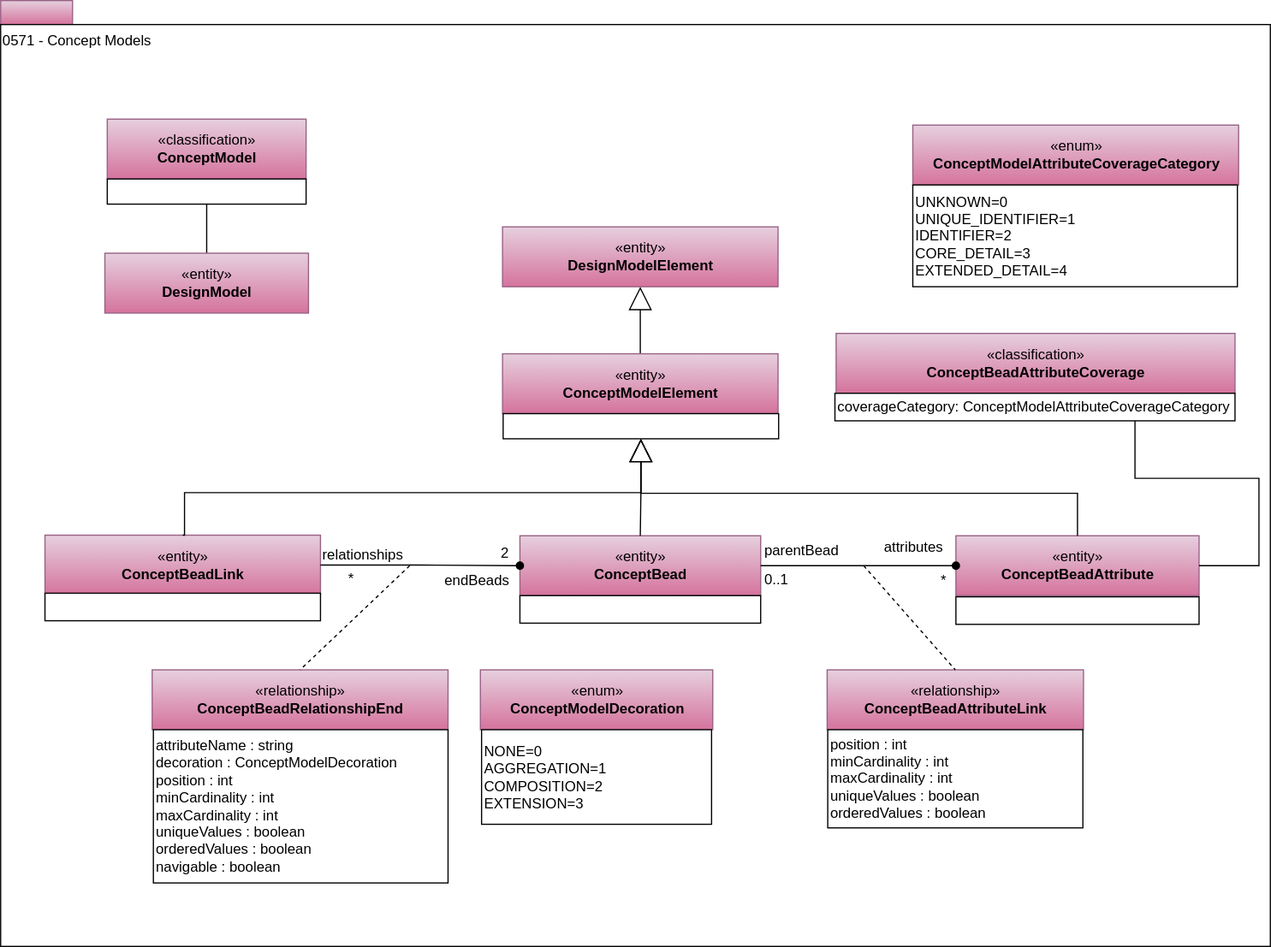
This is site/docs/types/5/0571-Concept-Models.svg from odpi/egeria-docs, a draw.io export, as it was before one commit. Source tidied: cells renumbered, new cells last; positions are measured from the earlier drawing's top-left corner, leaving out a move shared by most shapes.
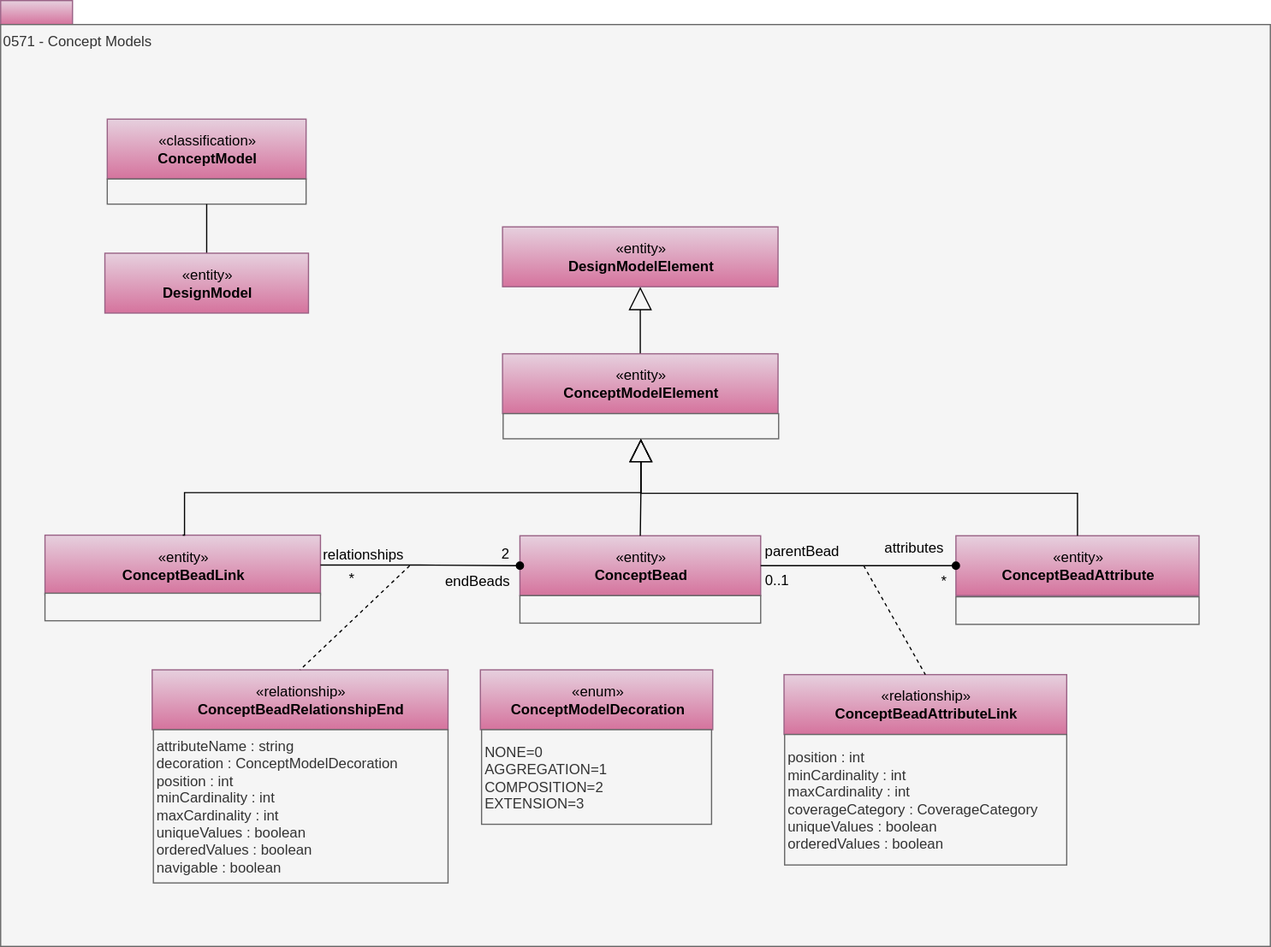
Above is the later version.

What changed in the source:
```diff
@@ -5,16 +5,16 @@
     <mxCell id="2" style="rounded=0;whiteSpace=wrap;html=1;align=left;fillColor=#e6d0de;strokeColor=#996185;gradientColor=#d5739d;" parent="1" vertex="1">
       <mxGeometry width="60" height="20" as="geometry" />
     </mxCell>
-    <mxCell id="3" value="0571 - Concept Models" style="rounded=0;whiteSpace=wrap;html=1;align=left;verticalAlign=top;" parent="1" vertex="1">
+    <mxCell id="3" value="0571 - Concept Models" style="rounded=0;whiteSpace=wrap;html=1;align=left;verticalAlign=top;fillColor=#f5f5f5;fontColor=#333333;strokeColor=#666666;" parent="1" vertex="1">
       <mxGeometry y="20" width="1060" height="770" as="geometry" />
     </mxCell>
-    <mxCell id="4" style="edgeStyle=orthogonalEdgeStyle;rounded=0;jumpSize=15;jettySize=auto;html=1;exitX=0.5;exitY=0;exitDx=0;exitDy=0;startArrow=none;startFill=0;startSize=17;sourcePerimeterSpacing=0;endArrow=block;endFill=0;targetPerimeterSpacing=0;strokeWidth=1;fontColor=#000000;endSize=17;" parent="1" edge="1" source="5" target="34">
+    <mxCell id="4" style="edgeStyle=orthogonalEdgeStyle;rounded=0;jumpSize=15;jettySize=auto;html=1;exitX=0.5;exitY=0;exitDx=0;exitDy=0;startArrow=none;startFill=0;startSize=17;sourcePerimeterSpacing=0;endArrow=block;endFill=0;targetPerimeterSpacing=0;strokeWidth=1;fontColor=#000000;endSize=17;" parent="1" edge="1" source="5" target="32">
       <mxGeometry relative="1" as="geometry" />
     </mxCell>
     <mxCell id="5" value="«entity»&lt;br&gt;&lt;b&gt;ConceptModelElement&lt;/b&gt;" style="html=1;strokeColor=#996185;align=center;fillColor=#e6d0de;gradientColor=#d5739d;" parent="1" vertex="1">
       <mxGeometry x="419" y="295" width="230" height="50" as="geometry" />
     </mxCell>
-    <mxCell id="6" value="&lt;span&gt;&lt;br&gt;&lt;/span&gt;" style="rounded=0;whiteSpace=wrap;html=1;strokeColor=#000000;gradientColor=#ffffff;align=left;" parent="1" vertex="1">
+    <mxCell id="6" value="&lt;span&gt;&lt;br&gt;&lt;/span&gt;" style="rounded=0;whiteSpace=wrap;html=1;strokeColor=#666666;align=left;fillColor=#f5f5f5;fontColor=#333333;" parent="1" vertex="1">
       <mxGeometry x="419.5" y="345" width="230" height="21" as="geometry" />
     </mxCell>
     <mxCell id="7" value="*" style="text;html=1;strokeColor=none;fillColor=none;align=center;verticalAlign=middle;whiteSpace=wrap;rounded=0;" parent="1" vertex="1">
@@ -32,7 +32,7 @@
     <mxCell id="11" value="«entity»&lt;br&gt;&lt;b&gt;ConceptBeadLink&lt;/b&gt;" style="html=1;strokeColor=#996185;align=center;fillColor=#e6d0de;gradientColor=#d5739d;" parent="1" vertex="1">
       <mxGeometry x="37" y="446.5" width="230" height="50" as="geometry" />
     </mxCell>
-    <mxCell id="12" value="&lt;span&gt;&lt;br&gt;&lt;/span&gt;" style="rounded=0;whiteSpace=wrap;html=1;strokeColor=#000000;gradientColor=#ffffff;align=left;" parent="1" vertex="1">
+    <mxCell id="12" value="&lt;span&gt;&lt;br&gt;&lt;/span&gt;" style="rounded=0;whiteSpace=wrap;html=1;strokeColor=#666666;align=left;fillColor=#f5f5f5;fontColor=#333333;" parent="1" vertex="1">
       <mxGeometry x="37" y="495" width="230" height="23" as="geometry" />
     </mxCell>
     <mxCell id="13" value="«relationship»&lt;br&gt;&lt;b&gt;ConceptBeadRelationshipEnd&lt;/b&gt;" style="html=1;strokeColor=#996185;align=center;fillColor=#e6d0de;gradientColor=#d5739d;" parent="1" vertex="1">
@@ -43,13 +43,13 @@
         <mxPoint x="341.5" y="472" as="sourcePoint" />
       </mxGeometry>
     </mxCell>
-    <mxCell id="15" value="&lt;div style=&quot;text-align: left&quot;&gt;attributeName : string&lt;/div&gt;&lt;div style=&quot;text-align: left&quot;&gt;decoration : ConceptModelDecoration&lt;/div&gt;&lt;div style=&quot;text-align: left&quot;&gt;position : int&lt;br&gt;minCardinality : int&lt;br&gt;maxCardinality : int&lt;br&gt;uniqueValues : boolean&lt;br&gt;orderedValues : boolean&lt;br&gt;&lt;/div&gt;&lt;div style=&quot;text-align: left&quot;&gt;navigable : boolean&lt;/div&gt;" style="rounded=0;whiteSpace=wrap;html=1;strokeColor=#000000;gradientColor=#ffffff;align=left;" parent="1" vertex="1">
+    <mxCell id="15" value="&lt;div style=&quot;text-align: left&quot;&gt;attributeName : string&lt;/div&gt;&lt;div style=&quot;text-align: left&quot;&gt;decoration : ConceptModelDecoration&lt;/div&gt;&lt;div style=&quot;text-align: left&quot;&gt;position : int&lt;br&gt;minCardinality : int&lt;br&gt;maxCardinality : int&lt;br&gt;uniqueValues : boolean&lt;br&gt;orderedValues : boolean&lt;br&gt;&lt;/div&gt;&lt;div style=&quot;text-align: left&quot;&gt;navigable : boolean&lt;/div&gt;" style="rounded=0;whiteSpace=wrap;html=1;strokeColor=#666666;align=left;fillColor=#f5f5f5;fontColor=#333333;" parent="1" vertex="1">
       <mxGeometry x="127.5" y="609" width="246" height="128" as="geometry" />
     </mxCell>
     <mxCell id="16" value="«entity»&lt;br&gt;&lt;b&gt;ConceptBead&lt;/b&gt;" style="html=1;strokeColor=#996185;align=center;fillColor=#e6d0de;gradientColor=#d5739d;" parent="1" vertex="1">
       <mxGeometry x="433.5" y="447" width="201" height="50" as="geometry" />
     </mxCell>
-    <mxCell id="17" value="&lt;span&gt;&lt;br&gt;&lt;/span&gt;" style="rounded=0;whiteSpace=wrap;html=1;strokeColor=#000000;gradientColor=#ffffff;align=left;" parent="1" vertex="1">
+    <mxCell id="17" value="&lt;span&gt;&lt;br&gt;&lt;/span&gt;" style="rounded=0;whiteSpace=wrap;html=1;strokeColor=#666666;align=left;fillColor=#f5f5f5;fontColor=#333333;" parent="1" vertex="1">
       <mxGeometry x="433.5" y="497" width="201" height="23" as="geometry" />
     </mxCell>
     <mxCell id="18" value="relationships" style="text;html=1;align=left;verticalAlign=top;spacingTop=-4;" parent="1" vertex="1">
@@ -64,7 +64,7 @@
     <mxCell id="21" value="«entity»&lt;br&gt;&lt;b&gt;ConceptBeadAttribute&lt;/b&gt;" style="html=1;strokeColor=#996185;align=center;fillColor=#e6d0de;gradientColor=#d5739d;" parent="1" vertex="1">
       <mxGeometry x="797.5" y="447" width="203" height="50" as="geometry" />
     </mxCell>
-    <mxCell id="22" value="&lt;span&gt;&lt;br&gt;&lt;/span&gt;" style="rounded=0;whiteSpace=wrap;html=1;strokeColor=#000000;gradientColor=#ffffff;align=left;" parent="1" vertex="1">
+    <mxCell id="22" value="&lt;span&gt;&lt;br&gt;&lt;/span&gt;" style="rounded=0;whiteSpace=wrap;html=1;strokeColor=#666666;align=left;fillColor=#f5f5f5;fontColor=#333333;" parent="1" vertex="1">
       <mxGeometry x="797.5" y="498" width="203" height="23" as="geometry" />
     </mxCell>
     <mxCell id="23" value="2" style="text;html=1;align=left;verticalAlign=top;spacingTop=-4;" parent="1" vertex="1">
@@ -74,15 +74,15 @@
       <mxGeometry relative="1" as="geometry" />
     </mxCell>
     <mxCell id="25" value="«relationship»&lt;br&gt;&lt;b&gt;ConceptBeadAttributeLink&lt;/b&gt;" style="html=1;strokeColor=#996185;align=center;fillColor=#e6d0de;gradientColor=#d5739d;" parent="1" vertex="1">
-      <mxGeometry x="690" y="559" width="214" height="50" as="geometry" />
+      <mxGeometry x="654" y="563" width="236" height="50" as="geometry" />
     </mxCell>
     <mxCell id="26" style="endArrow=none;dashed=1;html=1;entryX=0.5;entryY=0;entryDx=0;entryDy=0;" parent="1" edge="1" target="25">
       <mxGeometry relative="1" as="geometry">
         <mxPoint x="720.5" y="472" as="sourcePoint" />
       </mxGeometry>
     </mxCell>
-    <mxCell id="27" value="&lt;div style=&quot;text-align: left&quot;&gt;&lt;span&gt;position : int&lt;/span&gt;&lt;br&gt;&lt;/div&gt;&lt;div style=&quot;text-align: left&quot;&gt;minCardinality : int&lt;br&gt;maxCardinality : int&lt;br&gt;uniqueValues : boolean&lt;br&gt;orderedValues : boolean&lt;br&gt;&lt;/div&gt;" style="rounded=0;whiteSpace=wrap;html=1;strokeColor=#000000;gradientColor=#ffffff;align=left;" parent="1" vertex="1">
-      <mxGeometry x="690.5" y="609" width="213" height="82" as="geometry" />
+    <mxCell id="27" value="&lt;div style=&quot;text-align: left&quot;&gt;&lt;span&gt;position : int&lt;/span&gt;&lt;br&gt;&lt;/div&gt;&lt;div style=&quot;text-align: left&quot;&gt;minCardinality : int&lt;br&gt;maxCardinality : int&lt;/div&gt;&lt;div style=&quot;text-align: left&quot;&gt;coverageCategory : CoverageCategory&lt;br&gt;uniqueValues : boolean&lt;br&gt;orderedValues : boolean&lt;br&gt;&lt;/div&gt;" style="rounded=0;whiteSpace=wrap;html=1;strokeColor=#666666;align=left;fillColor=#f5f5f5;fontColor=#333333;" parent="1" vertex="1">
+      <mxGeometry x="654.5" y="613" width="235.5" height="109" as="geometry" />
     </mxCell>
     <mxCell id="28" style="edgeStyle=orthogonalEdgeStyle;rounded=0;jettySize=auto;html=1;endArrow=none;endFill=0;startArrow=block;startFill=0;jumpSize=15;targetPerimeterSpacing=0;sourcePerimeterSpacing=0;strokeWidth=1;startSize=17;entryX=0.5;entryY=0;entryDx=0;entryDy=0;exitX=0.5;exitY=1;exitDx=0;exitDy=0;" parent="1" edge="1" source="6" target="16">
       <mxGeometry relative="1" as="geometry" />
@@ -98,44 +98,29 @@
     <mxCell id="30" value="«enum»&lt;br&gt;&lt;b&gt;ConceptModelDecoration&lt;/b&gt;" style="html=1;strokeColor=#996185;align=center;fillColor=#e6d0de;gradientColor=#d5739d;" parent="1" vertex="1">
       <mxGeometry x="400.5" y="559" width="194" height="50" as="geometry" />
     </mxCell>
-    <mxCell id="31" value="&lt;div style=&quot;text-align: left&quot;&gt;NONE=0&lt;/div&gt;&lt;div style=&quot;text-align: left&quot;&gt;AGGREGATION=1&lt;/div&gt;&lt;div style=&quot;text-align: left&quot;&gt;COMPOSITION=2&lt;/div&gt;&lt;div style=&quot;text-align: left&quot;&gt;EXTENSION=3&lt;/div&gt;" style="rounded=0;whiteSpace=wrap;html=1;strokeColor=#000000;gradientColor=#ffffff;align=left;" parent="1" vertex="1">
+    <mxCell id="31" value="&lt;div style=&quot;text-align: left&quot;&gt;NONE=0&lt;/div&gt;&lt;div style=&quot;text-align: left&quot;&gt;AGGREGATION=1&lt;/div&gt;&lt;div style=&quot;text-align: left&quot;&gt;COMPOSITION=2&lt;/div&gt;&lt;div style=&quot;text-align: left&quot;&gt;EXTENSION=3&lt;/div&gt;" style="rounded=0;whiteSpace=wrap;html=1;strokeColor=#666666;align=left;fillColor=#f5f5f5;fontColor=#333333;" parent="1" vertex="1">
       <mxGeometry x="401.5" y="609" width="192" height="79" as="geometry" />
     </mxCell>
-    <mxCell id="32" value="«enum»&lt;br&gt;&lt;b&gt;ConceptModelAttributeCoverageCategory&lt;/b&gt;" style="html=1;strokeColor=#996185;align=center;fillColor=#e6d0de;gradientColor=#d5739d;" parent="1" vertex="1">
-      <mxGeometry x="761.5" y="104" width="272" height="50" as="geometry" />
+    <mxCell id="32" value="«entity»&lt;br&gt;&lt;b&gt;DesignModelElement&lt;/b&gt;" style="html=1;strokeColor=#996185;align=center;fillColor=#e6d0de;gradientColor=#d5739d;" parent="1" vertex="1">
+      <mxGeometry x="419" y="189" width="230" height="50" as="geometry" />
     </mxCell>
-    <mxCell id="33" value="&lt;div style=&quot;text-align: left&quot;&gt;UNKNOWN=0&lt;/div&gt;&lt;div style=&quot;text-align: left&quot;&gt;UNIQUE_IDENTIFIER=1&lt;/div&gt;&lt;div style=&quot;text-align: left&quot;&gt;IDENTIFIER=2&lt;/div&gt;&lt;div style=&quot;text-align: left&quot;&gt;CORE_DETAIL=3&lt;/div&gt;&lt;div style=&quot;text-align: left&quot;&gt;EXTENDED_DETAIL=4&lt;/div&gt;" style="rounded=0;whiteSpace=wrap;html=1;strokeColor=#000000;gradientColor=#ffffff;align=left;" parent="1" vertex="1">
-      <mxGeometry x="761.5" y="154" width="271" height="85" as="geometry" />
+    <mxCell id="33" value="«classification»&lt;br&gt;&lt;b&gt;ConceptModel&lt;/b&gt;" style="html=1;strokeColor=#996185;align=center;fillColor=#e6d0de;gradientColor=#d5739d;" parent="1" vertex="1">
+      <mxGeometry x="89" y="99" width="166" height="50" as="geometry" />
     </mxCell>
-    <mxCell id="34" value="«entity»&lt;br&gt;&lt;b&gt;DesignModelElement&lt;/b&gt;" style="html=1;strokeColor=#996185;align=center;fillColor=#e6d0de;gradientColor=#d5739d;" parent="1" vertex="1">
-      <mxGeometry x="419" y="189" width="230" height="50" as="geometry" />
+    <mxCell id="34" value="&lt;span&gt;&lt;br&gt;&lt;/span&gt;" style="rounded=0;whiteSpace=wrap;html=1;strokeColor=#666666;align=left;fillColor=#f5f5f5;fontColor=#333333;" parent="1" vertex="1">
+      <mxGeometry x="89" y="149" width="166" height="21" as="geometry" />
     </mxCell>
-    <mxCell id="35" style="edgeStyle=orthogonalEdgeStyle;rounded=0;jettySize=auto;html=1;exitX=0.75;exitY=1;exitDx=0;exitDy=0;entryX=1;entryY=0.5;entryDx=0;entryDy=0;endArrow=none;endFill=0;endSize=17;" parent="1" edge="1" source="37" target="21">
+    <mxCell id="35" style="edgeStyle=orthogonalEdgeStyle;rounded=0;jettySize=auto;html=1;endArrow=none;endFill=0;" parent="1" edge="1" source="36" target="34">
       <mxGeometry relative="1" as="geometry" />
     </mxCell>
-    <mxCell id="36" value="«classification»&lt;br&gt;&lt;b&gt;ConceptBeadAttributeCoverage&lt;/b&gt;" style="html=1;strokeColor=#996185;align=center;fillColor=#e6d0de;gradientColor=#d5739d;" parent="1" vertex="1">
-      <mxGeometry x="697.5" y="278" width="333" height="50" as="geometry" />
+    <mxCell id="36" value="«entity»&lt;br&gt;&lt;b&gt;DesignModel&lt;/b&gt;" style="html=1;strokeColor=#996185;align=center;fillColor=#e6d0de;gradientColor=#d5739d;" parent="1" vertex="1">
+      <mxGeometry x="87" y="211" width="170" height="50" as="geometry" />
     </mxCell>
-    <mxCell id="37" value="&lt;span&gt;coverageCategory:&amp;nbsp;&lt;/span&gt;&lt;span style=&quot;text-align: center ; white-space: nowrap&quot;&gt;ConceptModelAttributeCoverageCategory&lt;/span&gt;&lt;span&gt;&lt;br&gt;&lt;/span&gt;" style="rounded=0;whiteSpace=wrap;html=1;strokeColor=#000000;gradientColor=#ffffff;align=left;" parent="1" vertex="1">
-      <mxGeometry x="696.5" y="328" width="334" height="23" as="geometry" />
+    <mxCell id="37" style="edgeStyle=orthogonalEdgeStyle;rounded=0;jumpSize=15;jettySize=auto;html=1;exitX=1;exitY=0.5;exitDx=0;exitDy=0;startArrow=none;startFill=0;startSize=17;sourcePerimeterSpacing=0;endArrow=oval;endFill=1;targetPerimeterSpacing=0;strokeWidth=1;fontColor=#000000;" parent="1" edge="1" source="11" target="16">
+      <mxGeometry relative="1" as="geometry" />
     </mxCell>
-    <mxCell id="38" value="«classification»&lt;br&gt;&lt;b&gt;ConceptModel&lt;/b&gt;" style="html=1;strokeColor=#996185;align=center;fillColor=#e6d0de;gradientColor=#d5739d;" parent="1" vertex="1">
-      <mxGeometry x="89" y="99" width="166" height="50" as="geometry" />
+    <mxCell id="38" style="edgeStyle=orthogonalEdgeStyle;rounded=0;jumpSize=15;jettySize=auto;html=1;startArrow=none;startFill=0;startSize=17;sourcePerimeterSpacing=0;endArrow=oval;endFill=1;targetPerimeterSpacing=0;strokeWidth=1;fontColor=#000000;" parent="1" edge="1" source="16" target="21">
+      <mxGeometry relative="1" as="geometry" />
     </mxCell>
-    <mxCell id="39" value="&lt;span&gt;&lt;br&gt;&lt;/span&gt;" style="rounded=0;whiteSpace=wrap;html=1;strokeColor=#000000;gradientColor=#ffffff;align=left;" parent="1" vertex="1">
-      <mxGeometry x="89" y="149" width="166" height="21" as="geometry" />
-    </mxCell>
-    <mxCell id="40" style="edgeStyle=orthogonalEdgeStyle;rounded=0;jettySize=auto;html=1;endArrow=none;endFill=0;" parent="1" edge="1" source="41" target="39">
-      <mxGeometry relative="1" as="geometry" />
-    </mxCell>
-    <mxCell id="41" value="«entity»&lt;br&gt;&lt;b&gt;DesignModel&lt;/b&gt;" style="html=1;strokeColor=#996185;align=center;fillColor=#e6d0de;gradientColor=#d5739d;" parent="1" vertex="1">
-      <mxGeometry x="87" y="211" width="170" height="50" as="geometry" />
-    </mxCell>
-    <mxCell id="42" style="edgeStyle=orthogonalEdgeStyle;rounded=0;jumpSize=15;jettySize=auto;html=1;exitX=1;exitY=0.5;exitDx=0;exitDy=0;startArrow=none;startFill=0;startSize=17;sourcePerimeterSpacing=0;endArrow=oval;endFill=1;targetPerimeterSpacing=0;strokeWidth=1;fontColor=#000000;" parent="1" edge="1" source="11" target="16">
-      <mxGeometry relative="1" as="geometry" />
-    </mxCell>
-    <mxCell id="43" style="edgeStyle=orthogonalEdgeStyle;rounded=0;jumpSize=15;jettySize=auto;html=1;startArrow=none;startFill=0;startSize=17;sourcePerimeterSpacing=0;endArrow=oval;endFill=1;targetPerimeterSpacing=0;strokeWidth=1;fontColor=#000000;" parent="1" edge="1" source="16" target="21">
-      <mxGeometry relative="1" as="geometry" />
-    </mxCell>
   </root>
 </mxGraphModel>
```
